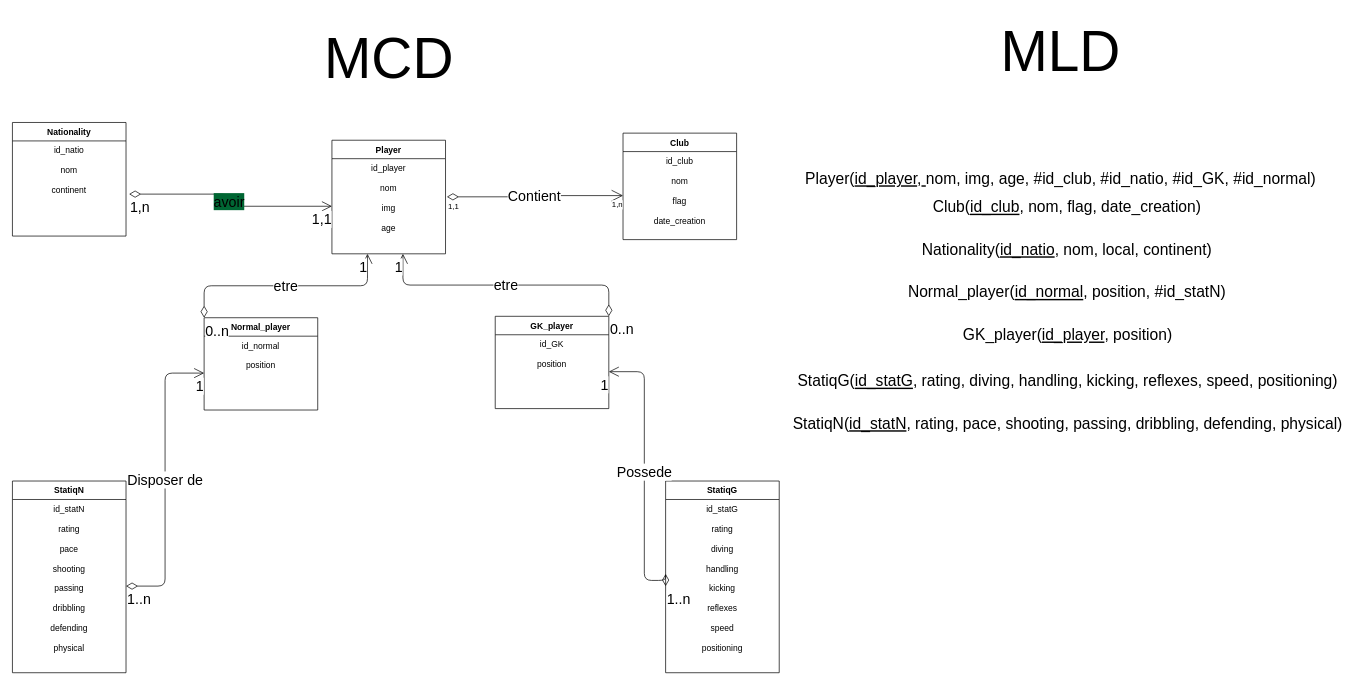
Earlier version of the draw.io diagram conception/test.drawio (abdell3/PHP-FUT). Source tidied: cells renumbered, new cells numbered last; positions are measured from the earlier drawing's top-left corner, leaving out a move shared by most shapes. Both pictures are drawn from the tidied source at 71%, with x=0, y=0 at pixel (12, 12).
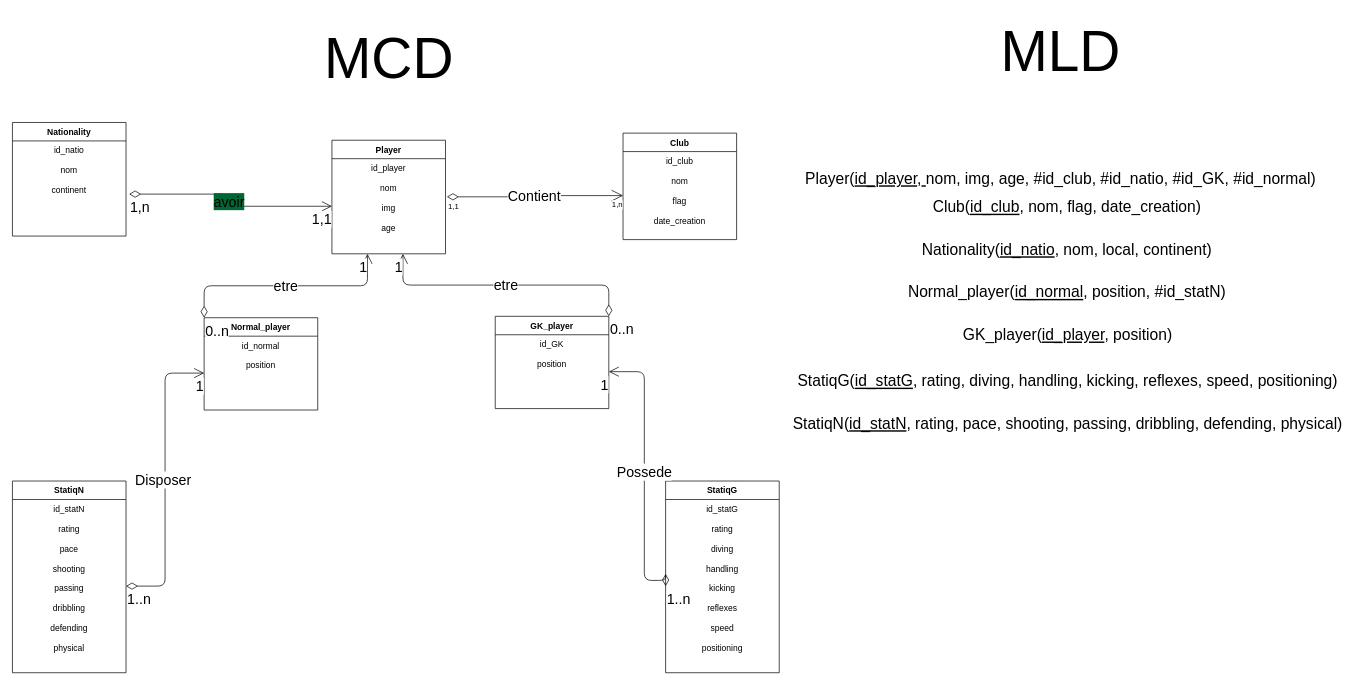
After the change.

The change refers to these unchanged cells:
```xml
<mxCell id="7" value="id_statN&#10;&#10;rating&#10;&#10;pace&#10;&#10;shooting&#10;&#10;passing&#10;&#10;dribbling&#10;&#10;defending&#10;&#10;physical" style="text;strokeColor=none;fillColor=none;align=center;verticalAlign=top;spacingLeft=4;spacingRight=4;overflow=hidden;points=[[0,0.5],[1,0.5]];portConstraint=eastwest;" parent="6" vertex="1">
  <mxGeometry y="26" width="160" height="244" as="geometry" />
</mxCell>
<mxCell id="26" value="id_normal&#10;&#10;position&#10;&#10;" style="text;strokeColor=none;fillColor=none;align=center;verticalAlign=top;spacingLeft=4;spacingRight=4;overflow=hidden;points=[[0,0.5],[1,0.5]];portConstraint=eastwest;fontFamily=Helvetica;" parent="25" vertex="1">
  <mxGeometry y="26" width="160" height="104" as="geometry" />
</mxCell>
```

The edit, as a diff of the source:
```diff
@@
-    <mxCell id="37" value="Disposer de" style="endArrow=open;html=1;endSize=12;startArrow=diamondThin;startSize=14;startFill=0;edgeStyle=orthogonalEdgeStyle;fontSize=20;entryX=0;entryY=0.5;entryDx=0;entryDy=0;" parent="1" edge="1" source="7" target="26">
+    <mxCell id="37" value="Disposer&amp;nbsp;" style="endArrow=open;html=1;endSize=12;startArrow=diamondThin;startSize=14;startFill=0;edgeStyle=orthogonalEdgeStyle;fontSize=20;entryX=0;entryY=0.5;entryDx=0;entryDy=0;" parent="1" edge="1" source="7" target="26">
       <mxGeometry relative="1" as="geometry" />
     </mxCell>
```
